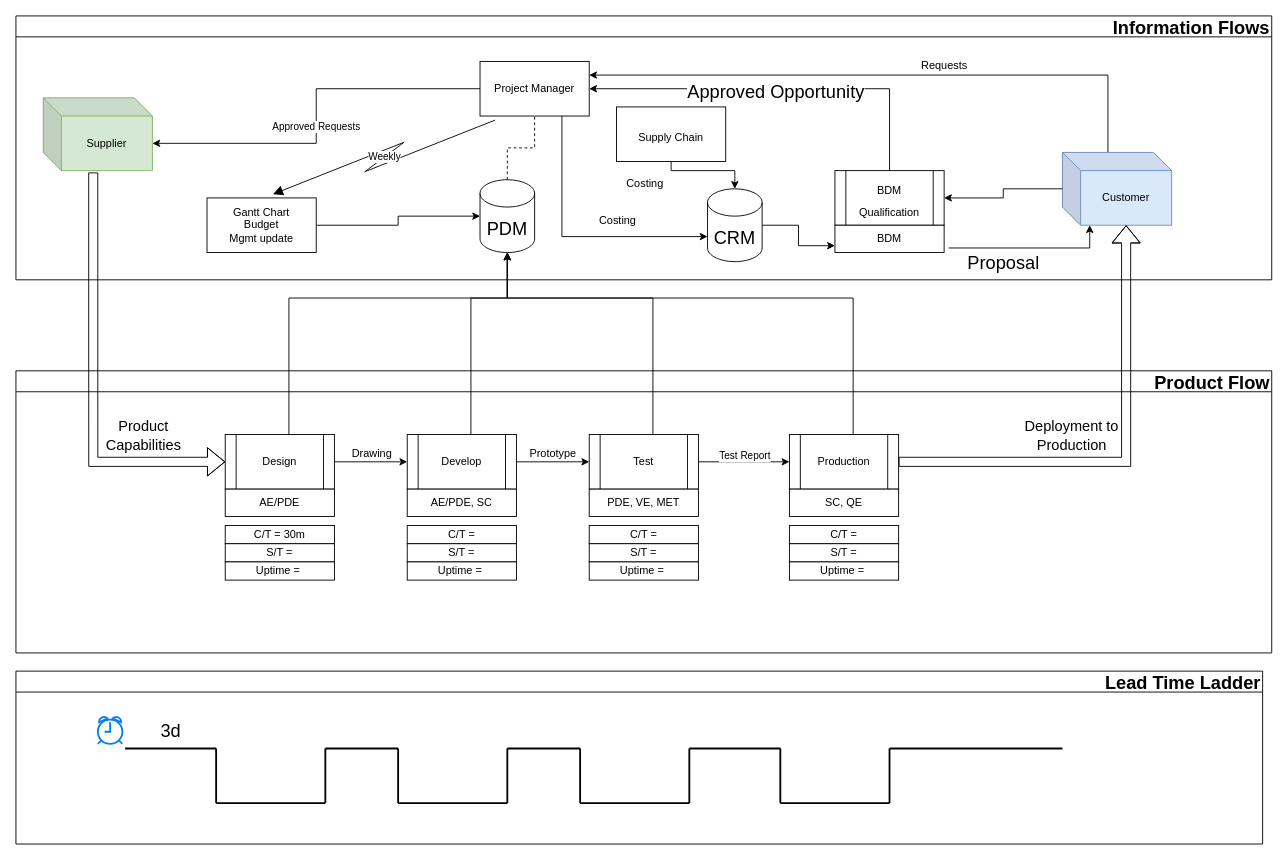
Earlier version of the draw.io diagram VSM design process.drawio (JMacT/Face-Seal-Project-ESP-International). Source tidied: cells renumbered, new cells numbered last; positions are measured from the earlier drawing's top-left corner, leaving out a move shared by most shapes. Both pictures are drawn from the tidied source at 91%, with x=0, y=0 at pixel (15, 15).
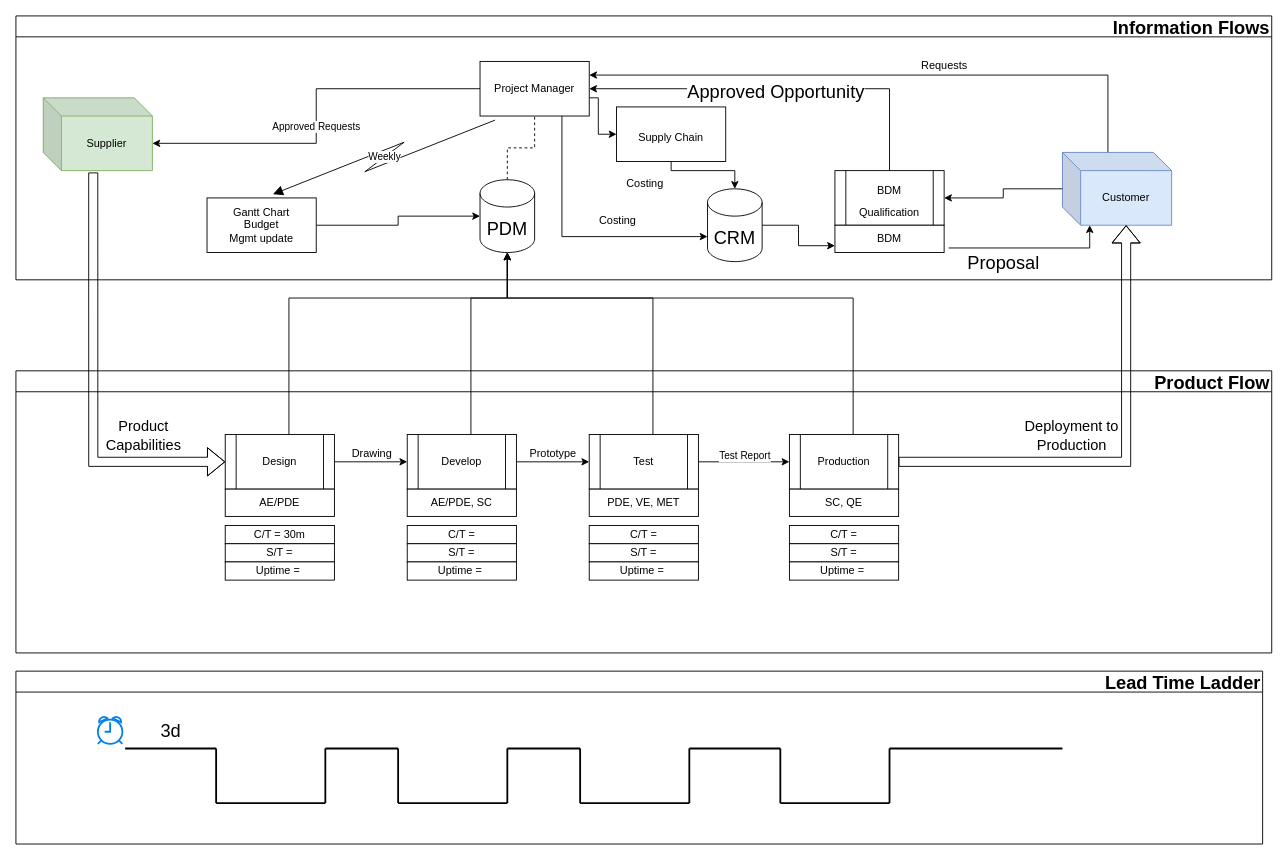
The same diagram, later.

Unchanged cells that the change refers to:
```xml
<mxCell id="2" value="Information Flows" style="swimlane;align=right;fontSize=20;" parent="1" vertex="1">
  <mxGeometry width="1380" height="290" as="geometry" />
</mxCell>
<mxCell id="11" value="Project Manager" style="rounded=0;whiteSpace=wrap;html=1;" parent="2" vertex="1">
  <mxGeometry x="510" y="50" width="120" height="60" as="geometry" />
</mxCell>
<mxCell id="26" value="&lt;font style=&quot;font-size: 12px&quot;&gt;Supply Chain&lt;/font&gt;" style="rounded=0;whiteSpace=wrap;html=1;fontSize=20;align=center;" parent="2" vertex="1">
  <mxGeometry x="660" y="100" width="120" height="60" as="geometry" />
</mxCell>
```

The edit, as a diff of the source:
```diff
@@
+    <mxCell id="84" style="edgeStyle=orthogonalEdgeStyle;rounded=0;jettySize=auto;html=1;entryX=0;entryY=0.5;entryDx=0;entryDy=0;fontSize=20;" parent="2" edge="1" source="11" target="26">
+      <mxGeometry relative="1" as="geometry">
+        <Array as="points">
+          <mxPoint x="640" y="90" />
+          <mxPoint x="640" y="130" />
+        </Array>
+      </mxGeometry>
+    </mxCell>
```
